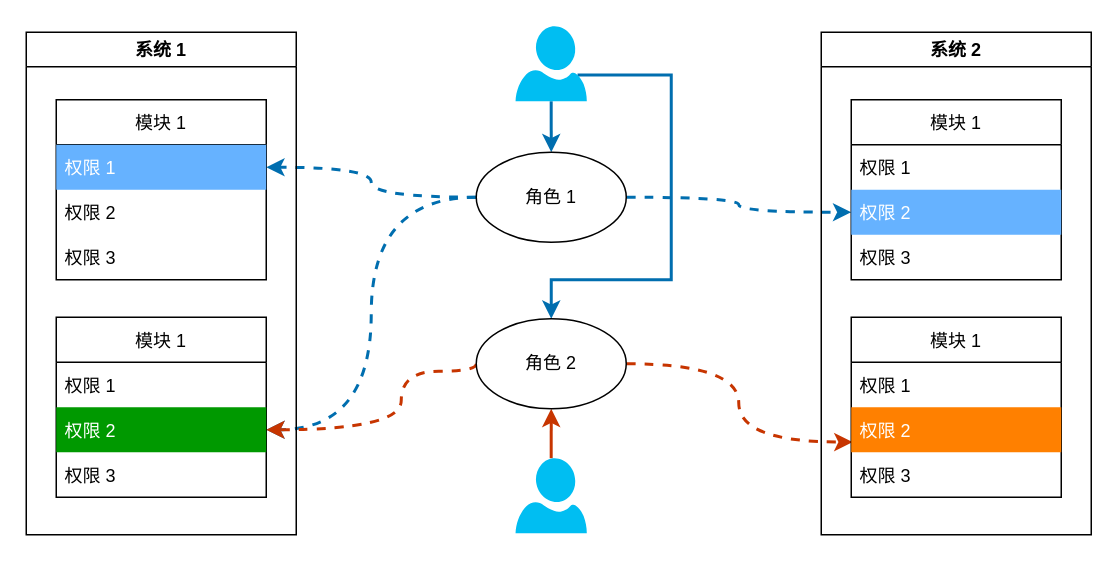
The draw.io diagram Draw/ATS/Authority.drawio in huangjia2107/DrawOnline, before the edit. Source tidied: cells renumbered, new cells numbered last; positions are measured from the earlier drawing's top-left corner, leaving out a move shared by most shapes. Both pictures are drawn from the tidied source at 150%, with x=0, y=0 at pixel (26, 26).
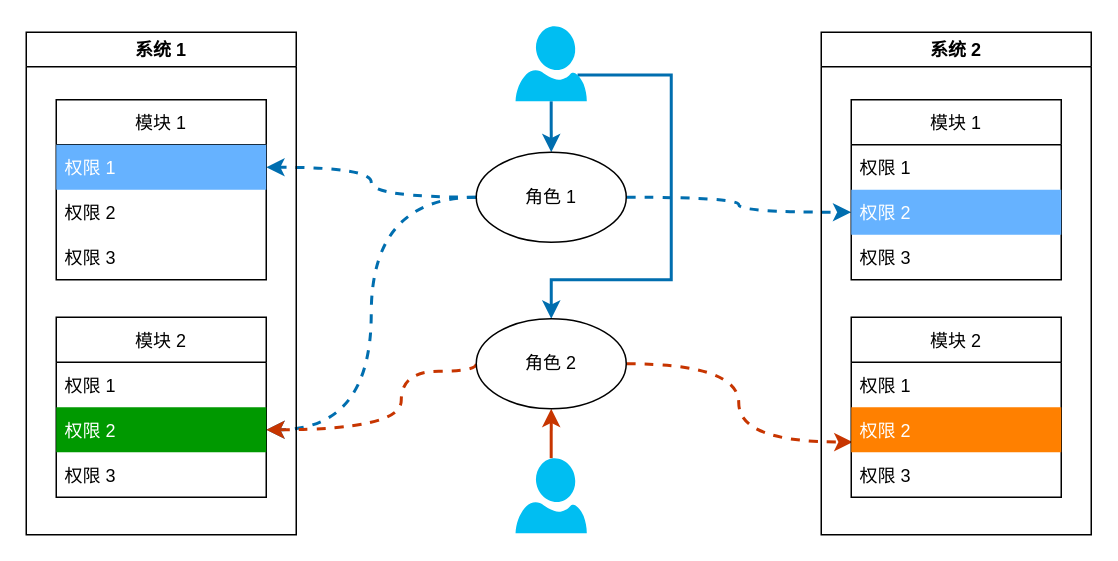
After the change.

Unchanged cells that the change refers to:
```xml
<mxCell id="14" value="系统 1" style="swimlane;" parent="1" vertex="1">
  <mxGeometry y="4" width="180" height="335" as="geometry" />
</mxCell>
<mxCell id="23" value="系统 2" style="swimlane;" parent="1" vertex="1">
  <mxGeometry x="530" y="4" width="180" height="335" as="geometry" />
</mxCell>
```

Diff of the diagram source:
```diff
@@
-    <mxCell id="19" value="模块 1" style="swimlane;fontStyle=0;horizontal=1;startSize=30;" parent="14" vertex="1">
+    <mxCell id="19" value="模块 2" style="swimlane;fontStyle=0;horizontal=1;startSize=30;" parent="14" vertex="1">
       <mxGeometry x="20" y="190" width="140" height="120" as="geometry" />
     </mxCell>
@@
-    <mxCell id="28" value="模块 1" style="swimlane;fontStyle=0;horizontal=1;startSize=30;" parent="23" vertex="1">
+    <mxCell id="28" value="模块 2" style="swimlane;fontStyle=0;horizontal=1;startSize=30;" parent="23" vertex="1">
       <mxGeometry x="20" y="190" width="140" height="120" as="geometry" />
     </mxCell>
```
